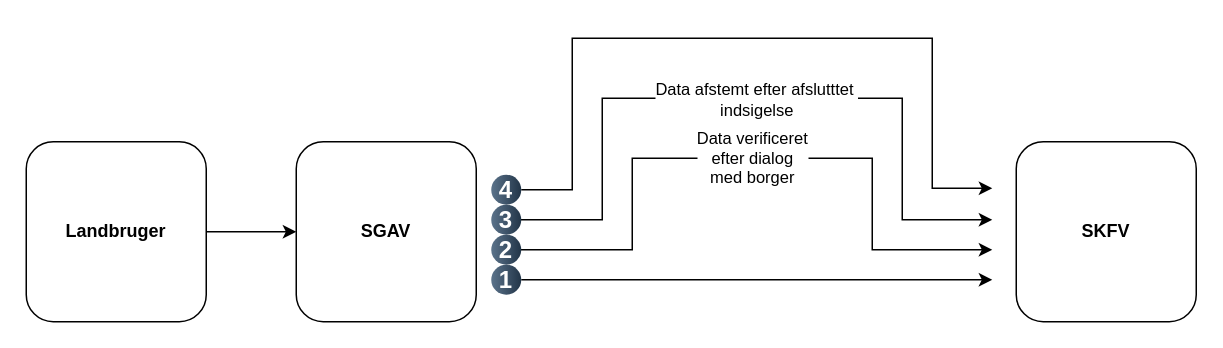
Earlier version of the draw.io diagram Untitled Diagram.drawio (Zaladk/drawio). Source tidied: cells renumbered, new cells numbered last; positions are measured from the earlier drawing's top-left corner, leaving out a move shared by most shapes. Both pictures are drawn from the tidied source at 150%, with x=0, y=0 at pixel (26, 38).
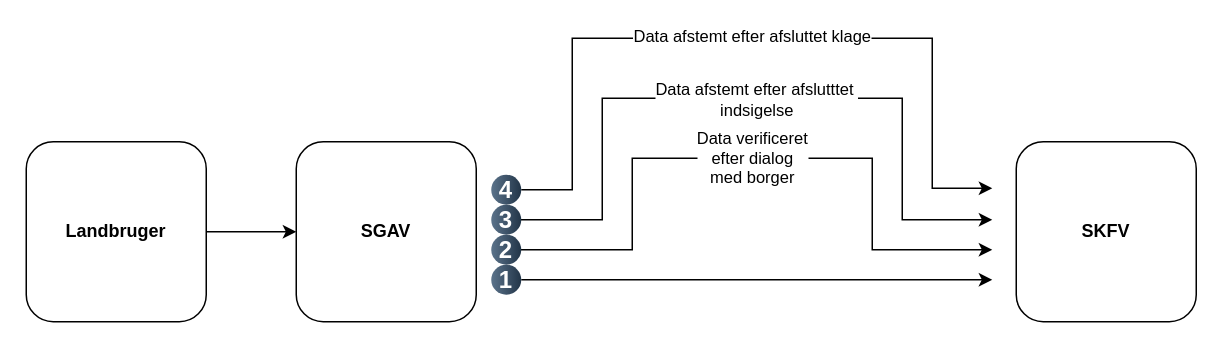
After the change.

The change refers to these unchanged cells:
```xml
<mxCell id="7" style="edgeStyle=orthogonalEdgeStyle;rounded=0;jettySize=auto;html=1;entryX=0;entryY=0.5;entryDx=0;entryDy=0;" parent="1" edge="1" source="11">
  <mxGeometry relative="1" as="geometry">
    <mxPoint x="644" y="100" as="targetPoint" />
    <Array as="points">
      <mxPoint x="364" />
      <mxPoint x="604" />
      <mxPoint x="604" y="100" />
    </Array>
  </mxGeometry>
</mxCell>
```

The edit, as a diff of the source:
```diff
@@
+    <mxCell id="15" value="Data afstemt efter afsluttet klage" style="edgeLabel;html=1;align=center;verticalAlign=middle;" parent="7" vertex="1">
+      <mxGeometry x="0.02" y="2" relative="1" as="geometry">
+        <mxPoint x="-9" as="offset" />
+      </mxGeometry>
+    </mxCell>
```
